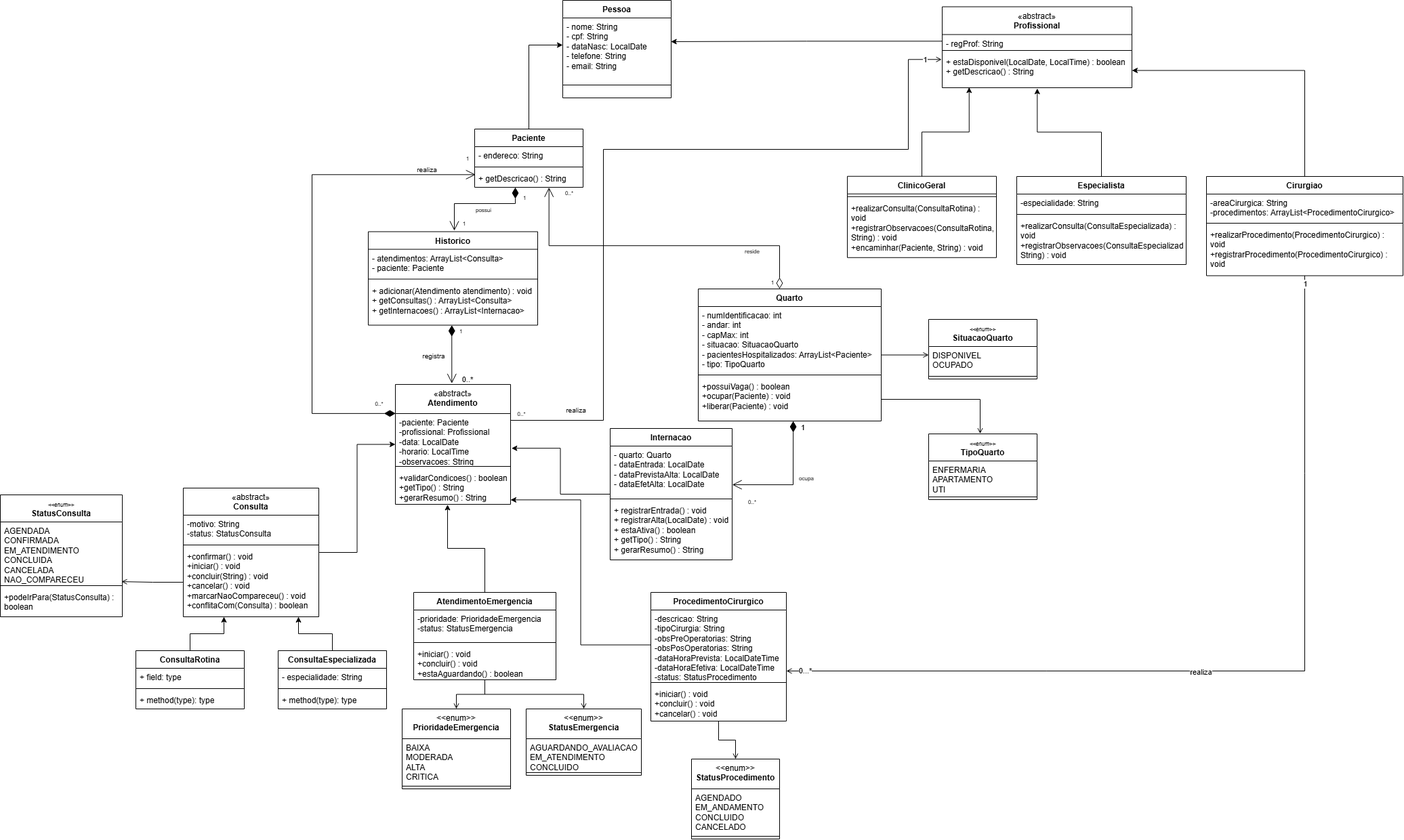
This is doc/UML-TP1-PM.png from nubyoli/PM-Trabalho-Pratico, a draw.io export, as it was before one commit. Source tidied: cells renumbered, new cells last; positions are measured from the earlier drawing's top-left corner, leaving out a move shared by most shapes.
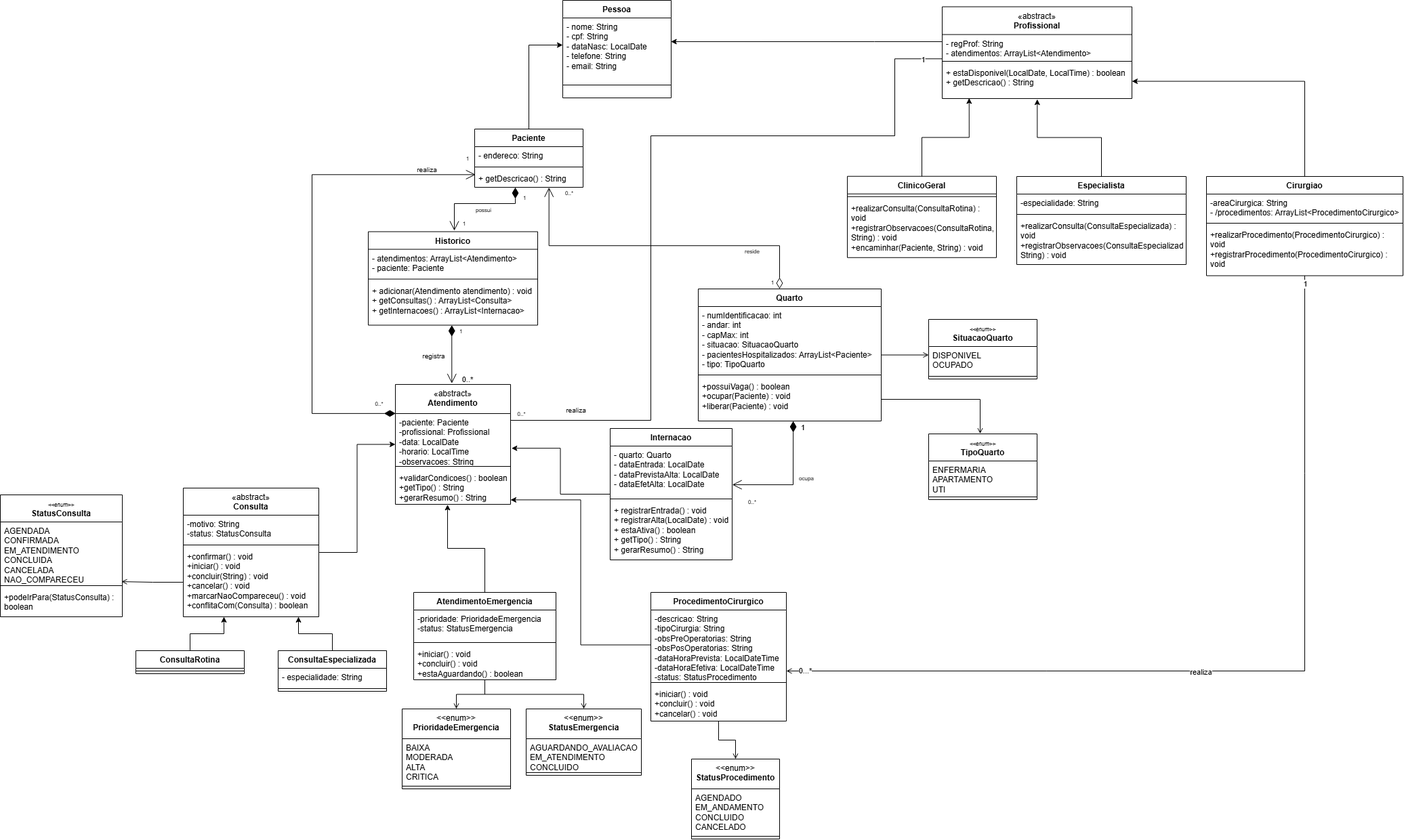
Above is the later version.

Commit message:
docs: Adiciona UML corrigido

Diff of the diagram source:
```diff
@@ -18,16 +18,16 @@
       <mxGeometry y="60" width="160" height="26" as="geometry" />
     </mxCell>
     <mxCell id="7" value="&lt;div&gt;&lt;span style=&quot;font-weight: normal;&quot;&gt;«abstract»&lt;/span&gt;&lt;/div&gt;Profissional" style="swimlane;fontStyle=1;align=center;verticalAlign=top;horizontal=1;startSize=41;whiteSpace=wrap;html=1;rounded=0;labelBackgroundColor=none;" parent="1" vertex="1">
-      <mxGeometry x="1390" y="9.5" width="280" height="119.5" as="geometry" />
+      <mxGeometry x="1390" y="9.5" width="280" height="135.5" as="geometry" />
     </mxCell>
-    <mxCell id="8" value="&lt;div&gt;- regProf: String&lt;/div&gt;" style="text;strokeColor=none;fillColor=none;align=left;verticalAlign=top;spacingLeft=4;spacingRight=4;overflow=hidden;points=[[0,0.5],[1,0.5]];portConstraint=eastwest;whiteSpace=wrap;html=1;rounded=0;labelBackgroundColor=none;" parent="7" vertex="1">
-      <mxGeometry y="41" width="280" height="19.5" as="geometry" />
+    <mxCell id="8" value="&lt;div&gt;- regProf: String&lt;/div&gt;&lt;div&gt;- atendimentos: ArrayList&amp;lt;Atendimento&amp;gt;&lt;/div&gt;" style="text;strokeColor=none;fillColor=none;align=left;verticalAlign=top;spacingLeft=4;spacingRight=4;overflow=hidden;points=[[0,0.5],[1,0.5]];portConstraint=eastwest;whiteSpace=wrap;html=1;rounded=0;labelBackgroundColor=none;" parent="7" vertex="1">
+      <mxGeometry y="41" width="280" height="35.5" as="geometry" />
     </mxCell>
     <mxCell id="9" style="line;strokeWidth=1;fillColor=none;align=left;verticalAlign=middle;spacingTop=-1;spacingLeft=3;spacingRight=3;labelPosition=right;rounded=0;labelBackgroundColor=none;" parent="7" vertex="1">
-      <mxGeometry y="60.5" width="280" height="8" as="geometry" />
+      <mxGeometry y="76.5" width="280" height="8" as="geometry" />
     </mxCell>
     <mxCell id="10" value="&lt;div&gt;+ estaDisponivel(LocalDate, LocalTime) : boolean&lt;/div&gt;&lt;div&gt;+ getDescricao() : String&lt;/div&gt;" style="text;strokeColor=none;fillColor=none;align=left;verticalAlign=top;spacingLeft=4;spacingRight=4;overflow=hidden;points=[[0,0.5],[1,0.5]];portConstraint=eastwest;whiteSpace=wrap;html=1;rounded=0;labelBackgroundColor=none;" parent="7" vertex="1">
-      <mxGeometry y="68.5" width="280" height="51" as="geometry" />
+      <mxGeometry y="84.5" width="280" height="51" as="geometry" />
     </mxCell>
     <mxCell id="11" style="edgeStyle=orthogonalEdgeStyle;rounded=0;jettySize=auto;html=1;entryX=0;entryY=0.5;entryDx=0;entryDy=0;" parent="1" edge="1" source="12" target="34">
       <mxGeometry relative="1" as="geometry" />
@@ -71,7 +71,7 @@
     <mxCell id="24" value="Historico" style="swimlane;fontStyle=1;align=center;verticalAlign=top;horizontal=1;startSize=26;whiteSpace=wrap;html=1;rounded=0;labelBackgroundColor=none;" parent="1" vertex="1">
       <mxGeometry x="543" y="341.5" width="250" height="138" as="geometry" />
     </mxCell>
-    <mxCell id="25" value="- atendimentos: ArrayList&amp;lt;Consulta&amp;gt;&lt;div&gt;- paciente: Paciente&lt;/div&gt;" style="text;strokeColor=none;fillColor=none;align=left;verticalAlign=top;spacingLeft=4;spacingRight=4;overflow=hidden;whiteSpace=wrap;html=1;rounded=0;labelBackgroundColor=none;" parent="24" vertex="1">
+    <mxCell id="25" value="- atendimentos: ArrayList&amp;lt;Atendimento&amp;gt;&lt;div&gt;- paciente: Paciente&lt;/div&gt;" style="text;strokeColor=none;fillColor=none;align=left;verticalAlign=top;spacingLeft=4;spacingRight=4;overflow=hidden;whiteSpace=wrap;html=1;rounded=0;labelBackgroundColor=none;" parent="24" vertex="1">
       <mxGeometry y="26" width="250" height="40" as="geometry" />
     </mxCell>
     <mxCell id="26" style="line;strokeWidth=1;fillColor=none;align=left;verticalAlign=middle;spacingTop=-1;spacingLeft=3;spacingRight=3;labelPosition=right;rounded=0;labelBackgroundColor=none;" parent="24" vertex="1">
@@ -218,7 +218,7 @@
     <mxCell id="64" value="Cirurgiao" style="swimlane;fontStyle=1;align=center;verticalAlign=top;horizontal=1;startSize=26;whiteSpace=wrap;html=1;" parent="1" vertex="1">
       <mxGeometry x="1780" y="260" width="290" height="146.5" as="geometry" />
     </mxCell>
-    <mxCell id="65" value="&lt;div&gt;-areaCirurgica: String&lt;/div&gt;&lt;div&gt;-procedimentos: ArrayList&amp;lt;ProcedimentoCirurgico&amp;gt;&lt;/div&gt;" style="text;strokeColor=none;fillColor=none;align=left;verticalAlign=top;spacingLeft=4;spacingRight=4;overflow=hidden;whiteSpace=wrap;html=1;" parent="64" vertex="1">
+    <mxCell id="65" value="&lt;div&gt;-areaCirurgica: String&lt;/div&gt;&lt;div&gt;- /procedimentos: ArrayList&amp;lt;ProcedimentoCirurgico&amp;gt;&lt;/div&gt;" style="text;strokeColor=none;fillColor=none;align=left;verticalAlign=top;spacingLeft=4;spacingRight=4;overflow=hidden;whiteSpace=wrap;html=1;" parent="64" vertex="1">
       <mxGeometry y="26" width="290" height="39" as="geometry" />
     </mxCell>
     <mxCell id="66" style="line;strokeWidth=1;fillColor=none;align=left;verticalAlign=middle;spacingTop=-1;spacingLeft=3;spacingRight=3;labelPosition=right;strokeColor=inherit;" parent="64" vertex="1">
@@ -240,21 +240,13 @@
       <mxGeometry y="80" width="160" height="8" as="geometry" />
     </mxCell>
     <mxCell id="72" style="edgeStyle=orthogonalEdgeStyle;rounded=0;jettySize=auto;html=1;entryX=0.998;entryY=0.437;entryDx=0;entryDy=0;entryPerimeter=0;" parent="1" edge="1" source="8" target="29">
-      <mxGeometry x="-0.01" relative="1" as="geometry" />
+      <mxGeometry x="-0.01" relative="1" as="geometry">
+        <Array as="points">
+          <mxPoint x="1290" y="61" />
+          <mxPoint x="1290" y="61" />
+        </Array>
+      </mxGeometry>
     </mxCell>
-    <mxCell id="73" style="edgeStyle=orthogonalEdgeStyle;rounded=0;jettySize=auto;html=1;entryX=-0.003;entryY=0.182;entryDx=0;entryDy=0;entryPerimeter=0;endArrow=open;endFill=0;" parent="1" edge="1" source="34" target="10">
-      <mxGeometry x="-0.01" relative="1" as="geometry">
-        <Array as="points">
-          <mxPoint x="890" y="620" />
-          <mxPoint x="890" y="220" />
-          <mxPoint x="1340" y="220" />
-          <mxPoint x="1340" y="87.3" />
-        </Array>
-      </mxGeometry>
-    </mxCell>
-    <mxCell id="74" value="1" style="edgeLabel;html=1;align=center;verticalAlign=middle;" parent="73" vertex="1">
-      <mxGeometry x="0.96" relative="1" as="geometry" />
-    </mxCell>
     <mxCell id="75" value="&lt;i style=&quot;font-weight: 400;&quot;&gt;&lt;font style=&quot;font-size: 8px;&quot;&gt;&amp;lt;&amp;lt;enum&amp;gt;&amp;gt;&lt;/font&gt;&lt;/i&gt;&lt;div style=&quot;font-weight: 400;&quot;&gt;&lt;b&gt;StatusConsulta&lt;/b&gt;&lt;/div&gt;" style="swimlane;fontStyle=1;align=center;verticalAlign=top;horizontal=1;startSize=40;whiteSpace=wrap;html=1;" parent="1" vertex="1">
       <mxGeometry y="730" width="180" height="180" as="geometry" />
     </mxCell>
@@ -274,22 +266,16 @@
       <mxGeometry relative="1" as="geometry" />
     </mxCell>
     <mxCell id="81" value="ConsultaRotina" style="swimlane;fontStyle=1;align=center;verticalAlign=top;horizontal=1;startSize=26;whiteSpace=wrap;html=1;" parent="1" vertex="1">
-      <mxGeometry x="200" y="960" width="160" height="86" as="geometry" />
+      <mxGeometry x="200" y="960" width="160" height="34" as="geometry" />
     </mxCell>
-    <mxCell id="82" value="+ field: type" style="text;strokeColor=none;fillColor=none;align=left;verticalAlign=top;spacingLeft=4;spacingRight=4;overflow=hidden;whiteSpace=wrap;html=1;" parent="81" vertex="1">
-      <mxGeometry y="26" width="160" height="26" as="geometry" />
-    </mxCell>
     <mxCell id="83" style="line;strokeWidth=1;fillColor=none;align=left;verticalAlign=middle;spacingTop=-1;spacingLeft=3;spacingRight=3;labelPosition=right;strokeColor=inherit;" parent="81" vertex="1">
-      <mxGeometry y="52" width="160" height="8" as="geometry" />
+      <mxGeometry y="26" width="160" height="8" as="geometry" />
     </mxCell>
-    <mxCell id="84" value="+ method(type): type" style="text;strokeColor=none;fillColor=none;align=left;verticalAlign=top;spacingLeft=4;spacingRight=4;overflow=hidden;whiteSpace=wrap;html=1;" parent="81" vertex="1">
-      <mxGeometry y="60" width="160" height="26" as="geometry" />
-    </mxCell>
     <mxCell id="85" style="edgeStyle=orthogonalEdgeStyle;rounded=0;jettySize=auto;html=1;entryX=0.85;entryY=1;entryDx=0;entryDy=0;entryPerimeter=0;" parent="1" edge="1" source="86" target="15">
       <mxGeometry relative="1" as="geometry" />
     </mxCell>
     <mxCell id="86" value="ConsultaEspecializada" style="swimlane;fontStyle=1;align=center;verticalAlign=top;horizontal=1;startSize=26;whiteSpace=wrap;html=1;" parent="1" vertex="1">
-      <mxGeometry x="410" y="960" width="160" height="86" as="geometry" />
+      <mxGeometry x="410" y="960" width="160" height="60" as="geometry" />
     </mxCell>
     <mxCell id="87" value="- especialidade: String" style="text;strokeColor=none;fillColor=none;align=left;verticalAlign=top;spacingLeft=4;spacingRight=4;overflow=hidden;whiteSpace=wrap;html=1;" parent="86" vertex="1">
       <mxGeometry y="26" width="160" height="26" as="geometry" />
@@ -297,9 +283,6 @@
     <mxCell id="88" style="line;strokeWidth=1;fillColor=none;align=left;verticalAlign=middle;spacingTop=-1;spacingLeft=3;spacingRight=3;labelPosition=right;strokeColor=inherit;" parent="86" vertex="1">
       <mxGeometry y="52" width="160" height="8" as="geometry" />
     </mxCell>
-    <mxCell id="89" value="+ method(type): type" style="text;strokeColor=none;fillColor=none;align=left;verticalAlign=top;spacingLeft=4;spacingRight=4;overflow=hidden;whiteSpace=wrap;html=1;" parent="86" vertex="1">
-      <mxGeometry y="60" width="160" height="26" as="geometry" />
-    </mxCell>
     <mxCell id="90" style="edgeStyle=orthogonalEdgeStyle;rounded=0;jettySize=auto;html=1;entryX=0.5;entryY=0;entryDx=0;entryDy=0;endArrow=open;endFill=0;" parent="1" edge="1" source="93" target="97">
       <mxGeometry relative="1" as="geometry" />
     </mxCell>
@@ -400,5 +383,19 @@
         <mxPoint x="1370" y="523.5" as="targetPoint" />
       </mxGeometry>
     </mxCell>
+    <mxCell id="121" style="edgeStyle=orthogonalEdgeStyle;rounded=0;jettySize=auto;html=1;defaultLabelBackgroundColor=page;endArrow=none;endFill=0;" parent="1" edge="1" source="35">
+      <mxGeometry x="-0.02" relative="1" as="geometry">
+        <mxPoint x="1390" y="90" as="targetPoint" />
+        <Array as="points">
+          <mxPoint x="960" y="620" />
+          <mxPoint x="960" y="200" />
+          <mxPoint x="1320" y="200" />
+          <mxPoint x="1320" y="86.3" />
+        </Array>
+      </mxGeometry>
+    </mxCell>
+    <mxCell id="74" value="1" style="edgeLabel;html=1;align=center;verticalAlign=middle;inheritText=1;defaultLabelBackgroundColor=page;" parent="121" vertex="1">
+      <mxGeometry x="0.94" y="-1" relative="1" as="geometry" />
+    </mxCell>
   </root>
 </mxGraphModel>
```
